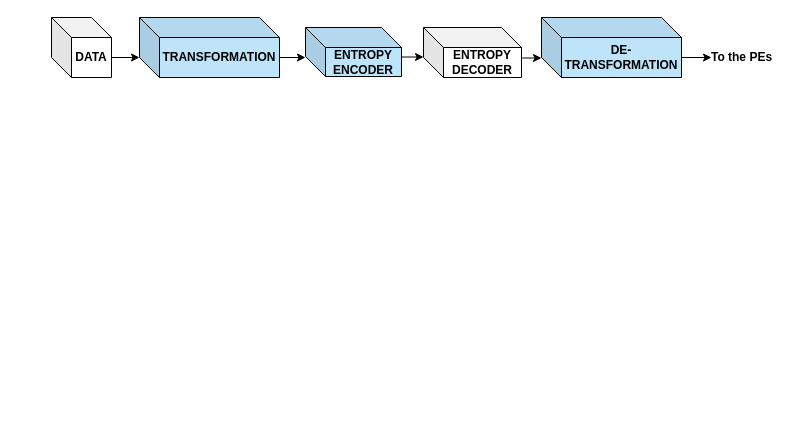
Earlier version of the draw.io diagram Proposed approach.drawio (Nithyarajoman/Drawio-figures). Source tidied: cells renumbered, new cells numbered last; positions are measured from the earlier drawing's top-left corner, leaving out a move shared by most shapes. Both pictures are drawn from the tidied source at 100%, with x=0, y=0 at pixel (51, 17).
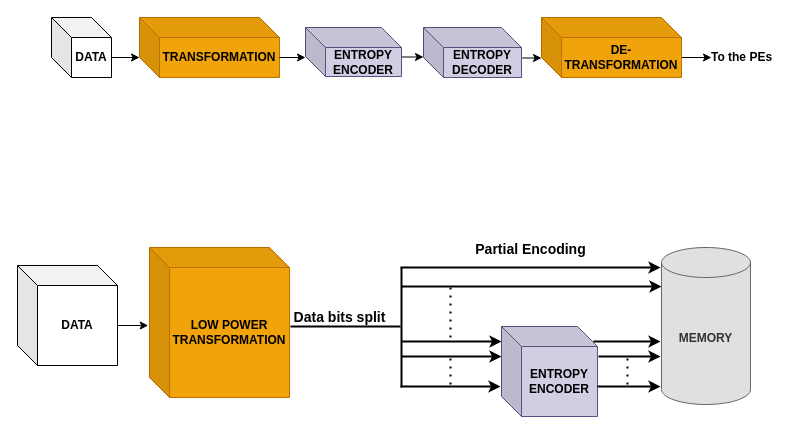
Above is the later version.

The edit, as a diff of the source:
```diff
@@
-    <mxCell id="5" value="&lt;b&gt;&lt;font&gt;TRANSFORMATION&lt;/font&gt;&lt;/b&gt;" style="shape=cube;whiteSpace=wrap;html=1;boundedLbl=1;backgroundOutline=1;darkOpacity=0.05;darkOpacity2=0.1;fillColor=light-dark(#BEE4FA,#1D293B);strokeColor=light-dark(#010101,#5C79A3);" parent="1" vertex="1">
+    <mxCell id="5" value="&lt;b&gt;&lt;font&gt;TRANSFORMATION&lt;/font&gt;&lt;/b&gt;" style="shape=cube;whiteSpace=wrap;html=1;boundedLbl=1;backgroundOutline=1;darkOpacity=0.05;darkOpacity2=0.1;fillColor=#f0a30a;strokeColor=#BD7000;fontColor=#000000;" parent="1" vertex="1">
       <mxGeometry x="88" width="140" height="60" as="geometry" />
     </mxCell>
@@
-    <mxCell id="7" value="&lt;b&gt;&lt;font&gt;ENTROPY ENCODER&lt;/font&gt;&lt;/b&gt;" style="shape=cube;whiteSpace=wrap;html=1;boundedLbl=1;backgroundOutline=1;darkOpacity=0.05;darkOpacity2=0.1;fillColor=#BEE4FA;" parent="1" vertex="1">
+    <mxCell id="7" value="&lt;b&gt;&lt;font&gt;ENTROPY ENCODER&lt;/font&gt;&lt;/b&gt;" style="shape=cube;whiteSpace=wrap;html=1;boundedLbl=1;backgroundOutline=1;darkOpacity=0.05;darkOpacity2=0.1;fillColor=#d0cee2;strokeColor=#56517e;" parent="1" vertex="1">
       <mxGeometry x="254" y="10" width="96" height="49" as="geometry" />
     </mxCell>
@@
-    <mxCell id="9" value="&lt;b&gt;&lt;font&gt;ENTROPY DECODER&lt;/font&gt;&lt;/b&gt;" style="shape=cube;whiteSpace=wrap;html=1;boundedLbl=1;backgroundOutline=1;darkOpacity=0.05;darkOpacity2=0.1;" parent="1" vertex="1">
+    <mxCell id="9" value="&lt;b&gt;&lt;font&gt;ENTROPY DECODER&lt;/font&gt;&lt;/b&gt;" style="shape=cube;whiteSpace=wrap;html=1;boundedLbl=1;backgroundOutline=1;darkOpacity=0.05;darkOpacity2=0.1;fillColor=#d0cee2;strokeColor=#56517e;" parent="1" vertex="1">
       <mxGeometry x="372" y="10" width="98" height="50" as="geometry" />
     </mxCell>
@@
-    <mxCell id="12" value="&lt;b&gt;&lt;font&gt;DE-TRANSFORMATION&lt;/font&gt;&lt;/b&gt;" style="shape=cube;whiteSpace=wrap;html=1;boundedLbl=1;backgroundOutline=1;darkOpacity=0.05;darkOpacity2=0.1;fillColor=light-dark(#BEE4FA,#1D293B);strokeColor=light-dark(#010101,#5C79A3);" parent="1" vertex="1">
+    <mxCell id="12" value="&lt;b&gt;&lt;font&gt;DE-TRANSFORMATION&lt;/font&gt;&lt;/b&gt;" style="shape=cube;whiteSpace=wrap;html=1;boundedLbl=1;backgroundOutline=1;darkOpacity=0.05;darkOpacity2=0.1;fillColor=#f0a30a;strokeColor=#BD7000;fontColor=#000000;" parent="1" vertex="1">
       <mxGeometry x="490" width="140" height="60" as="geometry" />
     </mxCell>
@@
+    <mxCell id="14" value="&lt;b&gt;&lt;font&gt;DATA&lt;/font&gt;&lt;/b&gt;" style="shape=cube;whiteSpace=wrap;html=1;boundedLbl=1;backgroundOutline=1;darkOpacity=0.05;darkOpacity2=0.1;" parent="1" vertex="1">
+      <mxGeometry x="-34" y="248" width="100" height="100" as="geometry" />
+    </mxCell>
+    <mxCell id="15" value="&lt;b&gt;&lt;font&gt;LOW POWER TRANSFORMATION&lt;/font&gt;&lt;/b&gt;" style="shape=cube;whiteSpace=wrap;html=1;boundedLbl=1;backgroundOutline=1;darkOpacity=0.05;darkOpacity2=0.1;fillColor=#f0a30a;strokeColor=#BD7000;fontColor=#000000;" parent="1" vertex="1">
+      <mxGeometry x="98" y="230" width="140" height="150" as="geometry" />
+    </mxCell>
+    <mxCell id="16" style="edgeStyle=orthogonalEdgeStyle;rounded=0;orthogonalLoop=1;jettySize=auto;html=1;exitX=0;exitY=0;exitDx=140;exitDy=40;exitPerimeter=0;endArrow=none;endFill=0;strokeWidth=2;" parent="1" edge="1">
+      <mxGeometry relative="1" as="geometry">
+        <mxPoint x="239" y="309" as="sourcePoint" />
+        <mxPoint x="349" y="309" as="targetPoint" />
+      </mxGeometry>
+    </mxCell>
+    <mxCell id="17" style="endArrow=none;html=1;rounded=0;strokeWidth=2;" parent="1" edge="1">
+      <mxGeometry relative="1" as="geometry">
+        <mxPoint x="350" y="370" as="sourcePoint" />
+        <mxPoint x="350" y="250" as="targetPoint" />
+      </mxGeometry>
+    </mxCell>
+    <mxCell id="18" value="&lt;b&gt;&lt;font style=&quot;font-size: 14px;&quot;&gt;Data bits split&lt;/font&gt;&lt;/b&gt;" style="text;html=1;align=center;verticalAlign=middle;strokeColor=none;fillColor=none;" parent="1" vertex="1">
+      <mxGeometry x="228" y="285" width="120" height="30" as="geometry" />
+    </mxCell>
+    <mxCell id="19" style="edgeStyle=orthogonalEdgeStyle;rounded=0;orthogonalLoop=1;jettySize=auto;html=1;exitX=0;exitY=0;exitDx=140;exitDy=40;exitPerimeter=0;strokeWidth=2;" parent="1" edge="1">
+      <mxGeometry relative="1" as="geometry">
+        <mxPoint x="349" y="250" as="sourcePoint" />
+        <mxPoint x="609" y="250" as="targetPoint" />
+      </mxGeometry>
+    </mxCell>
+    <mxCell id="20" style="edgeStyle=orthogonalEdgeStyle;rounded=0;orthogonalLoop=1;jettySize=auto;html=1;exitX=0;exitY=0;exitDx=140;exitDy=40;exitPerimeter=0;strokeWidth=2;" parent="1" edge="1">
+      <mxGeometry relative="1" as="geometry">
+        <mxPoint x="350" y="324" as="sourcePoint" />
+        <mxPoint x="450" y="324" as="targetPoint" />
+      </mxGeometry>
+    </mxCell>
+    <mxCell id="21" style="edgeStyle=orthogonalEdgeStyle;rounded=0;orthogonalLoop=1;jettySize=auto;html=1;exitX=0;exitY=0;exitDx=140;exitDy=40;exitPerimeter=0;strokeWidth=2;" parent="1" edge="1">
+      <mxGeometry relative="1" as="geometry">
+        <mxPoint x="350" y="339" as="sourcePoint" />
+        <mxPoint x="450" y="339" as="targetPoint" />
+      </mxGeometry>
+    </mxCell>
+    <mxCell id="22" style="edgeStyle=orthogonalEdgeStyle;rounded=0;orthogonalLoop=1;jettySize=auto;html=1;exitX=0;exitY=0;exitDx=140;exitDy=40;exitPerimeter=0;strokeWidth=2;" parent="1" edge="1">
+      <mxGeometry relative="1" as="geometry">
+        <mxPoint x="349" y="369" as="sourcePoint" />
+        <mxPoint x="449" y="369" as="targetPoint" />
+      </mxGeometry>
+    </mxCell>
+    <mxCell id="23" value="&lt;b&gt;&lt;font&gt;ENTROPY ENCODER&lt;/font&gt;&lt;/b&gt;" style="shape=cube;whiteSpace=wrap;html=1;boundedLbl=1;backgroundOutline=1;darkOpacity=0.05;darkOpacity2=0.1;fillColor=#d0cee2;strokeColor=#56517e;" parent="1" vertex="1">
+      <mxGeometry x="450" y="309" width="96" height="90" as="geometry" />
+    </mxCell>
+    <mxCell id="24" style="endArrow=none;dashed=1;html=1;dashPattern=1 3;strokeWidth=2;rounded=0;" parent="1" edge="1">
+      <mxGeometry relative="1" as="geometry">
+        <mxPoint x="399" y="320" as="sourcePoint" />
+        <mxPoint x="399" y="270" as="targetPoint" />
+      </mxGeometry>
+    </mxCell>
+    <mxCell id="25" style="endArrow=none;dashed=1;html=1;dashPattern=1 3;strokeWidth=2;rounded=0;" parent="1" edge="1">
+      <mxGeometry relative="1" as="geometry">
+        <mxPoint x="399" y="367" as="sourcePoint" />
+        <mxPoint x="399" y="340" as="targetPoint" />
+      </mxGeometry>
+    </mxCell>
+    <mxCell id="26" style="edgeStyle=orthogonalEdgeStyle;rounded=0;orthogonalLoop=1;jettySize=auto;html=1;exitX=0;exitY=0;exitDx=140;exitDy=40;exitPerimeter=0;strokeWidth=2;" parent="1" edge="1">
+      <mxGeometry relative="1" as="geometry">
+        <mxPoint x="350" y="269" as="sourcePoint" />
+        <mxPoint x="610" y="269" as="targetPoint" />
+      </mxGeometry>
+    </mxCell>
+    <mxCell id="27" style="edgeStyle=orthogonalEdgeStyle;rounded=0;orthogonalLoop=1;jettySize=auto;html=1;exitX=0.927;exitY=0.167;exitDx=0;exitDy=0;exitPerimeter=0;strokeWidth=2;" parent="1" edge="1">
+      <mxGeometry relative="1" as="geometry">
+        <mxPoint x="542" y="324" as="sourcePoint" />
+        <mxPoint x="609" y="324" as="targetPoint" />
+      </mxGeometry>
+    </mxCell>
+    <mxCell id="28" style="edgeStyle=orthogonalEdgeStyle;rounded=0;orthogonalLoop=1;jettySize=auto;html=1;exitX=0;exitY=0;exitDx=140;exitDy=40;exitPerimeter=0;strokeWidth=2;" parent="1" edge="1">
+      <mxGeometry relative="1" as="geometry">
+        <mxPoint x="547" y="339" as="sourcePoint" />
+        <mxPoint x="609" y="339" as="targetPoint" />
+      </mxGeometry>
+    </mxCell>
+    <mxCell id="29" style="edgeStyle=orthogonalEdgeStyle;rounded=0;orthogonalLoop=1;jettySize=auto;html=1;exitX=0;exitY=0;exitDx=140;exitDy=40;exitPerimeter=0;strokeWidth=2;" parent="1" edge="1">
+      <mxGeometry relative="1" as="geometry">
+        <mxPoint x="546" y="369" as="sourcePoint" />
+        <mxPoint x="609" y="369" as="targetPoint" />
+      </mxGeometry>
+    </mxCell>
+    <mxCell id="30" style="endArrow=none;dashed=1;html=1;dashPattern=1 3;strokeWidth=2;rounded=0;" parent="1" edge="1">
+      <mxGeometry relative="1" as="geometry">
+        <mxPoint x="576" y="367" as="sourcePoint" />
+        <mxPoint x="576" y="340" as="targetPoint" />
+      </mxGeometry>
+    </mxCell>
+    <mxCell id="31" value="&lt;b&gt;&lt;font style=&quot;font-size: 14px;&quot;&gt;Partial Encoding&lt;/font&gt;&lt;/b&gt;" style="text;html=1;align=center;verticalAlign=middle;strokeColor=none;fillColor=none;" parent="1" vertex="1">
+      <mxGeometry x="414" y="217" width="130" height="30" as="geometry" />
+    </mxCell>
+    <mxCell id="32" value="&lt;b&gt;MEMORY&lt;/b&gt;" style="shape=cylinder3;whiteSpace=wrap;html=1;boundedLbl=1;backgroundOutline=1;size=15;fillColor=light-dark(#e1dfdf, #1a1a1a);strokeColor=#666666;fontColor=#333333;" parent="1" vertex="1">
+      <mxGeometry x="610" y="230" width="89" height="157" as="geometry" />
+    </mxCell>
+    <mxCell id="33" style="edgeStyle=orthogonalEdgeStyle;rounded=0;jettySize=auto;html=1;exitX=0;exitY=0;exitDx=100;exitDy=60;exitPerimeter=0;entryX=-0.009;entryY=0.521;entryDx=0;entryDy=0;entryPerimeter=0;" parent="1" edge="1" source="14" target="15">
+      <mxGeometry relative="1" as="geometry" />
+    </mxCell>
```
